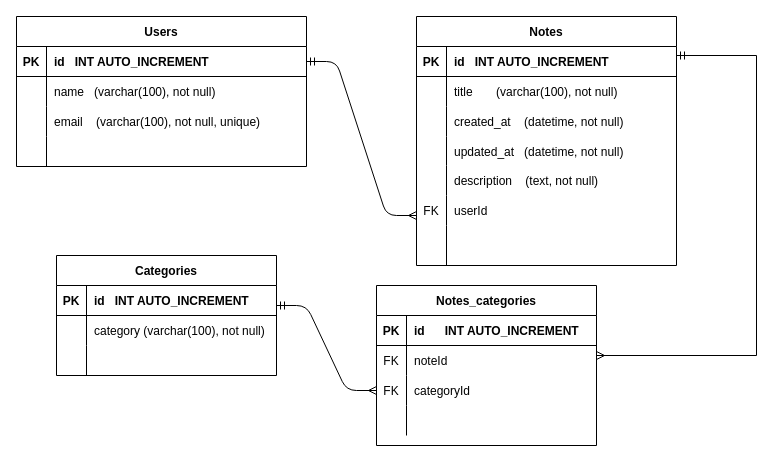
Above: diagrama.drawio in ctunut/TpIndividual_db (draw.io), before the change. Source tidied: cells renumbered, new cells numbered last; positions are measured from the earlier drawing's top-left corner, leaving out a move shared by most shapes. Both pictures are drawn from the tidied source at 100%, with x=0, y=0 at pixel (16, 16).
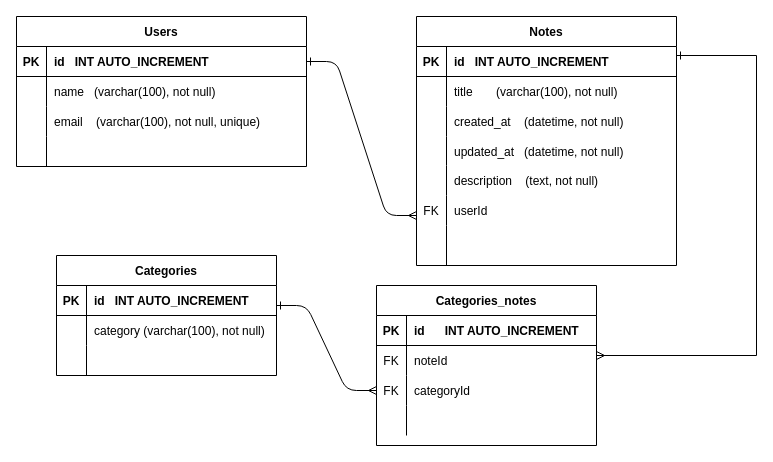
The same diagram, later.

Commit message:
cambios diagrama

Unchanged cells that the change refers to:
```xml
<mxCell id="3" style="shape=partialRectangle;fillColor=none;top=0;left=0;bottom=1;right=0;points=[[0,0.5],[1,0.5]];portConstraint=eastwest;" parent="2" vertex="1">
  <mxGeometry y="30" width="290" height="30" as="geometry" />
</mxCell>
<mxCell id="55" style="shape=partialRectangle;fillColor=none;top=0;left=0;bottom=0;right=0;points=[[0,0.5],[1,0.5]];portConstraint=eastwest;" parent="48" vertex="1">
  <mxGeometry y="90" width="220" height="30" as="geometry" />
</mxCell>
```

Diff of the diagram source:
```diff
@@
-    <mxCell id="47" style="edgeStyle=entityRelationEdgeStyle;fontSize=12;html=1;endArrow=ERmany;startArrow=ERmandOne;exitX=1;exitY=0.5;exitDx=0;exitDy=0;endFill=0;" parent="1" edge="1" source="3">
+    <mxCell id="47" style="edgeStyle=entityRelationEdgeStyle;fontSize=12;html=1;endArrow=ERmany;startArrow=ERone;exitX=1;exitY=0.5;exitDx=0;exitDy=0;endFill=0;startFill=0;" parent="1" edge="1" source="3">
       <mxGeometry relative="1" as="geometry">
         <mxPoint x="400" y="199" as="targetPoint" />
       </mxGeometry>
     </mxCell>
-    <mxCell id="48" value="Notes_categories" style="shape=table;startSize=30;childLayout=tableLayout;rowLines=0;fontStyle=1;align=center;" parent="1" vertex="1">
+    <mxCell id="48" value="Categories_notes" style="shape=table;startSize=30;childLayout=tableLayout;rowLines=0;fontStyle=1;align=center;" parent="1" vertex="1">
       <mxGeometry x="360" y="269" width="220" height="160" as="geometry" />
     </mxCell>
@@
-    <mxCell id="61" style="edgeStyle=entityRelationEdgeStyle;fontSize=12;html=1;endArrow=ERmany;startArrow=ERmandOne;exitX=1;exitY=0.5;exitDx=0;exitDy=0;endFill=0;entryX=0;entryY=0.5;entryDx=0;entryDy=0;" parent="1" edge="1" target="55">
+    <mxCell id="61" style="edgeStyle=entityRelationEdgeStyle;fontSize=12;html=1;endArrow=ERmany;startArrow=ERone;exitX=1;exitY=0.5;exitDx=0;exitDy=0;endFill=0;entryX=0;entryY=0.5;entryDx=0;entryDy=0;startFill=0;" parent="1" edge="1" target="55">
       <mxGeometry relative="1" as="geometry">
         <mxPoint x="260" y="289" as="sourcePoint" />
       </mxGeometry>
     </mxCell>
@@
-    <mxCell id="63" style="endArrow=none;html=1;rounded=0;startArrow=ERmandOne;startFill=0;" parent="1" edge="1">
+    <mxCell id="63" style="endArrow=none;html=1;rounded=0;startArrow=ERone;startFill=0;" parent="1" edge="1">
       <mxGeometry relative="1" as="geometry">
         <mxPoint x="660" y="39" as="sourcePoint" />
         <mxPoint x="740" y="39" as="targetPoint" />
       </mxGeometry>
     </mxCell>
```
